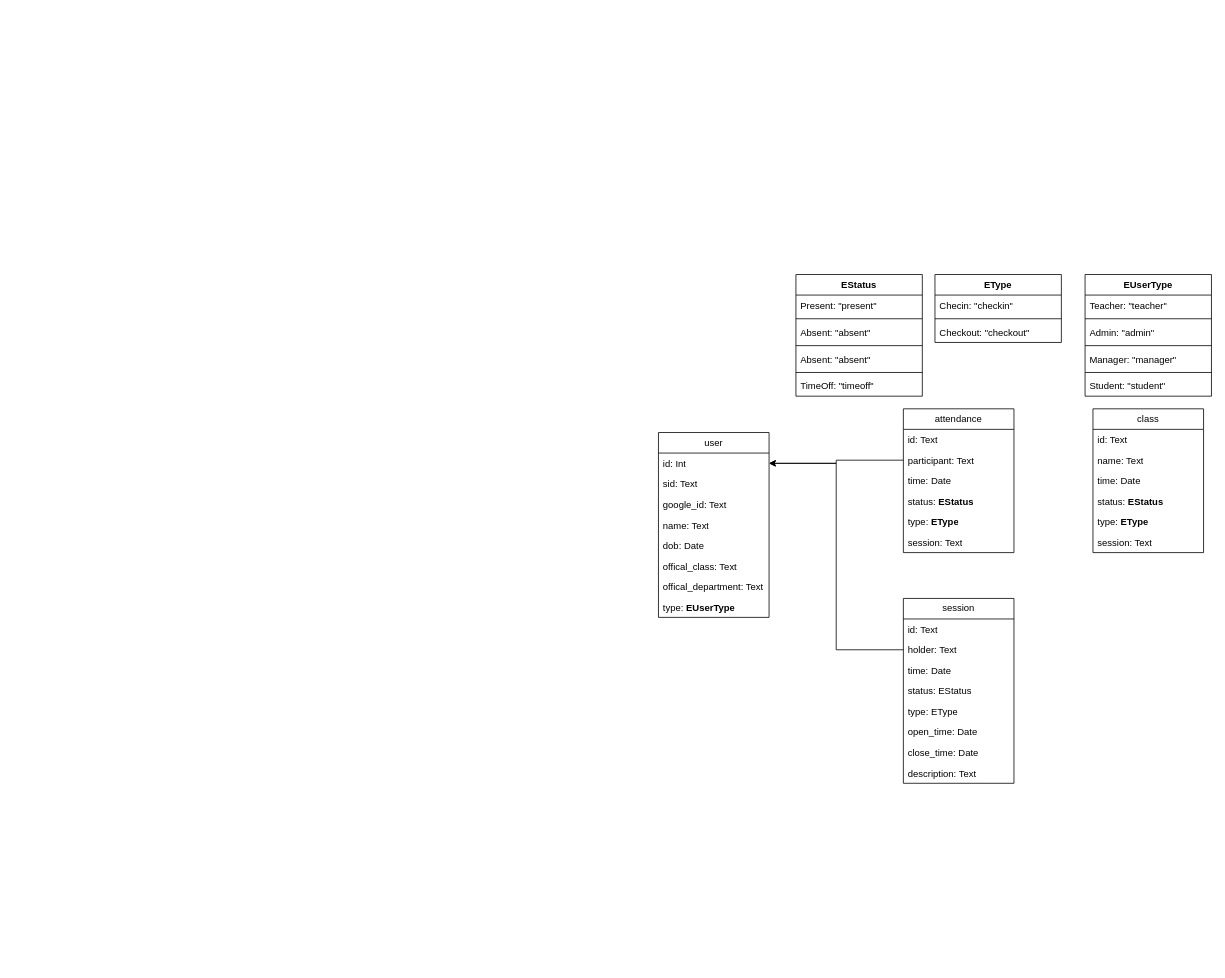
This is database.drawio from codengoo/attendance-be, a draw.io file, before an edit. Source tidied: cells renumbered, new cells numbered last; positions are measured from the earlier drawing's top-left corner, leaving out a move shared by most shapes. Both pictures are drawn from the tidied source at 79%, with x=0, y=0 at pixel (658, 274).
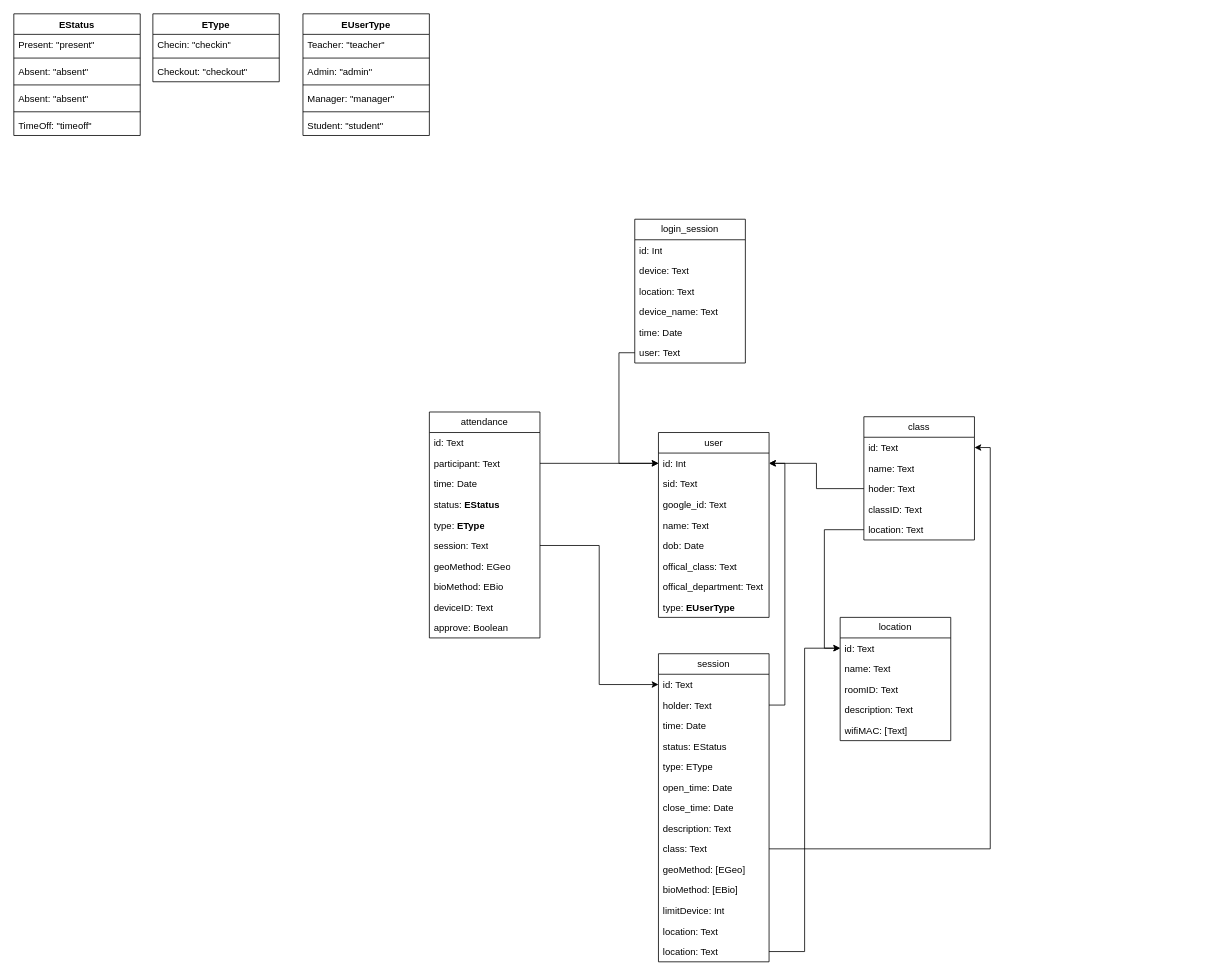
The same diagram, later.

The change refers to these unchanged cells:
```xml
<mxCell id="3" value="id: Int" style="text;strokeColor=none;fillColor=none;align=left;verticalAlign=top;spacingLeft=4;spacingRight=4;overflow=hidden;points=[[0,0.5],[1,0.5]];portConstraint=eastwest;whiteSpace=wrap;html=1;" parent="2" vertex="1">
  <mxGeometry y="26" width="140" height="26" as="geometry" />
</mxCell>
<mxCell id="13" value="participant: Text" style="text;strokeColor=none;fillColor=none;align=left;verticalAlign=top;spacingLeft=4;spacingRight=4;overflow=hidden;points=[[0,0.5],[1,0.5]];portConstraint=eastwest;whiteSpace=wrap;html=1;" parent="11" vertex="1">
  <mxGeometry y="52" width="140" height="26" as="geometry" />
</mxCell>
<mxCell id="17" value="session: Text" style="text;strokeColor=none;fillColor=none;align=left;verticalAlign=top;spacingLeft=4;spacingRight=4;overflow=hidden;points=[[0,0.5],[1,0.5]];portConstraint=eastwest;whiteSpace=wrap;html=1;" parent="11" vertex="1">
  <mxGeometry y="156" width="140" height="26" as="geometry" />
</mxCell>
<mxCell id="32" value="id: Text" style="text;strokeColor=none;fillColor=none;align=left;verticalAlign=top;spacingLeft=4;spacingRight=4;overflow=hidden;points=[[0,0.5],[1,0.5]];portConstraint=eastwest;whiteSpace=wrap;html=1;" parent="31" vertex="1">
  <mxGeometry y="26" width="140" height="26" as="geometry" />
</mxCell>
<mxCell id="33" value="holder: Text" style="text;strokeColor=none;fillColor=none;align=left;verticalAlign=top;spacingLeft=4;spacingRight=4;overflow=hidden;points=[[0,0.5],[1,0.5]];portConstraint=eastwest;whiteSpace=wrap;html=1;" parent="31" vertex="1">
  <mxGeometry y="52" width="140" height="26" as="geometry" />
</mxCell>
<mxCell id="50" value="id: Text" style="text;strokeColor=none;fillColor=none;align=left;verticalAlign=top;spacingLeft=4;spacingRight=4;overflow=hidden;points=[[0,0.5],[1,0.5]];portConstraint=eastwest;whiteSpace=wrap;html=1;" parent="49" vertex="1">
  <mxGeometry y="26" width="140" height="26" as="geometry" />
</mxCell>
```

Change to the diagram source:
```diff
@@
     <mxCell id="11" value="attendance" style="swimlane;fontStyle=0;horizontal=1;startSize=26;fillColor=none;whiteSpace=wrap;html=1;" parent="1" vertex="1">
-      <mxGeometry x="310" y="170" width="140" height="182" as="geometry" />
+      <mxGeometry x="-290" y="174" width="140" height="286" as="geometry" />
     </mxCell>
@@
+    <mxCell id="56" value="geoMethod: EGeo" style="text;strokeColor=none;fillColor=none;align=left;verticalAlign=top;spacingLeft=4;spacingRight=4;overflow=hidden;whiteSpace=wrap;html=1;" parent="11" vertex="1">
+      <mxGeometry y="182" width="140" height="26" as="geometry" />
+    </mxCell>
+    <mxCell id="57" value="bioMethod: EBio" style="text;strokeColor=none;fillColor=none;align=left;verticalAlign=top;spacingLeft=4;spacingRight=4;overflow=hidden;whiteSpace=wrap;html=1;" parent="11" vertex="1">
+      <mxGeometry y="208" width="140" height="26" as="geometry" />
+    </mxCell>
+    <mxCell id="58" value="deviceID: Text" style="text;strokeColor=none;fillColor=none;align=left;verticalAlign=top;spacingLeft=4;spacingRight=4;overflow=hidden;whiteSpace=wrap;html=1;" parent="11" vertex="1">
+      <mxGeometry y="234" width="140" height="26" as="geometry" />
+    </mxCell>
+    <mxCell id="59" value="approve: Boolean" style="text;strokeColor=none;fillColor=none;align=left;verticalAlign=top;spacingLeft=4;spacingRight=4;overflow=hidden;whiteSpace=wrap;html=1;" parent="11" vertex="1">
+      <mxGeometry y="260" width="140" height="26" as="geometry" />
+    </mxCell>
-    <mxCell id="18" style="edgeStyle=orthogonalEdgeStyle;rounded=0;jettySize=auto;html=1;entryX=1;entryY=0.5;entryDx=0;entryDy=0;" parent="1" edge="1" source="13" target="3">
+    <mxCell id="18" style="edgeStyle=orthogonalEdgeStyle;rounded=0;jettySize=auto;html=1;entryX=0;entryY=0.5;entryDx=0;entryDy=0;" parent="1" edge="1" source="13" target="3">
       <mxGeometry relative="1" as="geometry" />
     </mxCell>
     <mxCell id="19" value="EStatus" style="swimlane;fontStyle=1;align=center;verticalAlign=top;horizontal=1;startSize=26;whiteSpace=wrap;html=1;" parent="1" vertex="1">
-      <mxGeometry x="174" width="160" height="154" as="geometry" />
+      <mxGeometry x="-816" y="-330" width="160" height="154" as="geometry" />
     </mxCell>
@@
     <mxCell id="27" value="EType" style="swimlane;fontStyle=1;align=center;verticalAlign=top;horizontal=1;startSize=26;whiteSpace=wrap;html=1;" parent="1" vertex="1">
-      <mxGeometry x="350" width="160" height="86" as="geometry" />
+      <mxGeometry x="-640" y="-330" width="160" height="86" as="geometry" />
     </mxCell>
@@
     <mxCell id="31" value="session" style="swimlane;fontStyle=0;horizontal=1;startSize=26;fillColor=none;whiteSpace=wrap;html=1;" parent="1" vertex="1">
-      <mxGeometry x="310" y="410" width="140" height="234" as="geometry" />
+      <mxGeometry y="480" width="140" height="390" as="geometry" />
     </mxCell>
@@
+    <mxCell id="60" value="class: Text" style="text;strokeColor=none;fillColor=none;align=left;verticalAlign=top;spacingLeft=4;spacingRight=4;overflow=hidden;points=[[0,0.5],[1,0.5]];portConstraint=eastwest;whiteSpace=wrap;html=1;" parent="31" vertex="1">
+      <mxGeometry y="234" width="140" height="26" as="geometry" />
+    </mxCell>
+    <mxCell id="61" value="geoMethod: [EGeo]" style="text;strokeColor=none;fillColor=none;align=left;verticalAlign=top;spacingLeft=4;spacingRight=4;overflow=hidden;whiteSpace=wrap;html=1;" parent="31" vertex="1">
+      <mxGeometry y="260" width="140" height="26" as="geometry" />
+    </mxCell>
+    <mxCell id="62" value="bioMethod: [EBio]" style="text;strokeColor=none;fillColor=none;align=left;verticalAlign=top;spacingLeft=4;spacingRight=4;overflow=hidden;whiteSpace=wrap;html=1;" parent="31" vertex="1">
+      <mxGeometry y="286" width="140" height="26" as="geometry" />
+    </mxCell>
+    <mxCell id="63" value="limitDevice: Int" style="text;strokeColor=none;fillColor=none;align=left;verticalAlign=top;spacingLeft=4;spacingRight=4;overflow=hidden;whiteSpace=wrap;html=1;" parent="31" vertex="1">
+      <mxGeometry y="312" width="140" height="26" as="geometry" />
+    </mxCell>
+    <mxCell id="64" value="location: Text" style="text;strokeColor=none;fillColor=none;align=left;verticalAlign=top;spacingLeft=4;spacingRight=4;overflow=hidden;whiteSpace=wrap;html=1;" parent="31" vertex="1">
+      <mxGeometry y="338" width="140" height="26" as="geometry" />
+    </mxCell>
+    <mxCell id="65" value="location: Text" style="text;strokeColor=none;fillColor=none;align=left;verticalAlign=top;spacingLeft=4;spacingRight=4;overflow=hidden;points=[[0,0.5],[1,0.5]];portConstraint=eastwest;whiteSpace=wrap;html=1;" parent="31" vertex="1">
+      <mxGeometry y="364" width="140" height="26" as="geometry" />
+    </mxCell>
     <mxCell id="40" value="EUserType" style="swimlane;fontStyle=1;align=center;verticalAlign=top;horizontal=1;startSize=26;whiteSpace=wrap;html=1;" parent="1" vertex="1">
-      <mxGeometry x="540" width="160" height="154" as="geometry" />
+      <mxGeometry x="-450" y="-330" width="160" height="154" as="geometry" />
     </mxCell>
@@
-    <mxCell id="48" style="edgeStyle=orthogonalEdgeStyle;rounded=0;jettySize=auto;html=1;entryX=1;entryY=0.5;entryDx=0;entryDy=0;" parent="1" edge="1" source="33" target="3">
+    <mxCell id="48" style="edgeStyle=orthogonalEdgeStyle;rounded=0;jettySize=auto;html=1;entryX=1;entryY=0.5;entryDx=0;entryDy=0;exitX=1;exitY=0.5;exitDx=0;exitDy=0;" parent="1" edge="1" source="33" target="3">
       <mxGeometry relative="1" as="geometry" />
     </mxCell>
     <mxCell id="49" value="class" style="swimlane;fontStyle=0;horizontal=1;startSize=26;fillColor=none;whiteSpace=wrap;html=1;" parent="1" vertex="1">
-      <mxGeometry x="550" y="170" width="140" height="182" as="geometry" />
+      <mxGeometry x="260" y="180" width="140" height="156" as="geometry" />
     </mxCell>
@@
-    <mxCell id="52" value="time: Date" style="text;strokeColor=none;fillColor=none;align=left;verticalAlign=top;spacingLeft=4;spacingRight=4;overflow=hidden;points=[[0,0.5],[1,0.5]];portConstraint=eastwest;whiteSpace=wrap;html=1;" parent="49" vertex="1">
+    <mxCell id="52" value="hoder: Text" style="text;strokeColor=none;fillColor=none;align=left;verticalAlign=top;spacingLeft=4;spacingRight=4;overflow=hidden;points=[[0,0.5],[1,0.5]];portConstraint=eastwest;whiteSpace=wrap;html=1;" parent="49" vertex="1">
       <mxGeometry y="78" width="140" height="26" as="geometry" />
     </mxCell>
-    <mxCell id="53" value="status: &lt;b&gt;EStatus&lt;/b&gt;" style="text;strokeColor=none;fillColor=none;align=left;verticalAlign=top;spacingLeft=4;spacingRight=4;overflow=hidden;whiteSpace=wrap;html=1;" parent="49" vertex="1">
-      <mxGeometry y="104" width="140" height="26" as="geometry" />
-    </mxCell>
-    <mxCell id="54" value="type: &lt;b&gt;EType&lt;/b&gt;" style="text;strokeColor=none;fillColor=none;align=left;verticalAlign=top;spacingLeft=4;spacingRight=4;overflow=hidden;whiteSpace=wrap;html=1;" parent="49" vertex="1">
-      <mxGeometry y="130" width="140" height="26" as="geometry" />
-    </mxCell>
-    <mxCell id="55" value="session: Text" style="text;strokeColor=none;fillColor=none;align=left;verticalAlign=top;spacingLeft=4;spacingRight=4;overflow=hidden;whiteSpace=wrap;html=1;" parent="49" vertex="1">
-      <mxGeometry y="156" width="140" height="26" as="geometry" />
-    </mxCell>
+    <mxCell id="66" value="classID: Text" style="text;strokeColor=none;fillColor=none;align=left;verticalAlign=top;spacingLeft=4;spacingRight=4;overflow=hidden;whiteSpace=wrap;html=1;" parent="49" vertex="1">
+      <mxGeometry y="104" width="140" height="26" as="geometry" />
+    </mxCell>
+    <mxCell id="67" value="location: Text" style="text;strokeColor=none;fillColor=none;align=left;verticalAlign=top;spacingLeft=4;spacingRight=4;overflow=hidden;points=[[0,0.5],[1,0.5]];portConstraint=eastwest;whiteSpace=wrap;html=1;" parent="49" vertex="1">
+      <mxGeometry y="130" width="140" height="26" as="geometry" />
+    </mxCell>
+    <mxCell id="68" style="edgeStyle=orthogonalEdgeStyle;rounded=0;jettySize=auto;html=1;entryX=1;entryY=0.5;entryDx=0;entryDy=0;" parent="1" edge="1" source="52" target="3">
+      <mxGeometry relative="1" as="geometry" />
+    </mxCell>
+    <mxCell id="69" style="edgeStyle=orthogonalEdgeStyle;rounded=0;jettySize=auto;html=1;entryX=0;entryY=0.5;entryDx=0;entryDy=0;" parent="1" edge="1" source="17" target="32">
+      <mxGeometry relative="1" as="geometry" />
+    </mxCell>
+    <mxCell id="70" style="edgeStyle=orthogonalEdgeStyle;rounded=0;jettySize=auto;html=1;entryX=1;entryY=0.5;entryDx=0;entryDy=0;" parent="1" edge="1" source="60" target="50">
+      <mxGeometry relative="1" as="geometry" />
+    </mxCell>
+    <mxCell id="71" style="edgeStyle=orthogonalEdgeStyle;rounded=0;jettySize=auto;html=1;entryX=0;entryY=0.5;entryDx=0;entryDy=0;exitX=0;exitY=0.5;exitDx=0;exitDy=0;" parent="1" edge="1" source="78" target="3">
+      <mxGeometry relative="1" as="geometry" />
+    </mxCell>
+    <mxCell id="72" value="login_session" style="swimlane;fontStyle=0;horizontal=1;startSize=26;fillColor=none;whiteSpace=wrap;html=1;" parent="1" vertex="1">
+      <mxGeometry x="-30" y="-70" width="140" height="182" as="geometry" />
+    </mxCell>
+    <mxCell id="73" value="id: Int" style="text;strokeColor=none;fillColor=none;align=left;verticalAlign=top;spacingLeft=4;spacingRight=4;overflow=hidden;whiteSpace=wrap;html=1;" parent="72" vertex="1">
+      <mxGeometry y="26" width="140" height="26" as="geometry" />
+    </mxCell>
+    <mxCell id="74" value="device: Text" style="text;strokeColor=none;fillColor=none;align=left;verticalAlign=top;spacingLeft=4;spacingRight=4;overflow=hidden;whiteSpace=wrap;html=1;" parent="72" vertex="1">
+      <mxGeometry y="52" width="140" height="26" as="geometry" />
+    </mxCell>
+    <mxCell id="75" value="location: Text" style="text;strokeColor=none;fillColor=none;align=left;verticalAlign=top;spacingLeft=4;spacingRight=4;overflow=hidden;whiteSpace=wrap;html=1;" parent="72" vertex="1">
+      <mxGeometry y="78" width="140" height="26" as="geometry" />
+    </mxCell>
+    <mxCell id="76" value="device_name: Text" style="text;strokeColor=none;fillColor=none;align=left;verticalAlign=top;spacingLeft=4;spacingRight=4;overflow=hidden;whiteSpace=wrap;html=1;" parent="72" vertex="1">
+      <mxGeometry y="104" width="140" height="26" as="geometry" />
+    </mxCell>
+    <mxCell id="77" value="time: Date" style="text;strokeColor=none;fillColor=none;align=left;verticalAlign=top;spacingLeft=4;spacingRight=4;overflow=hidden;whiteSpace=wrap;html=1;" parent="72" vertex="1">
+      <mxGeometry y="130" width="140" height="26" as="geometry" />
+    </mxCell>
+    <mxCell id="78" value="user: Text" style="text;strokeColor=none;fillColor=none;align=left;verticalAlign=top;spacingLeft=4;spacingRight=4;overflow=hidden;points=[[0,0.5],[1,0.5]];portConstraint=eastwest;whiteSpace=wrap;html=1;" parent="72" vertex="1">
+      <mxGeometry y="156" width="140" height="26" as="geometry" />
+    </mxCell>
+    <mxCell id="79" value="location" style="swimlane;fontStyle=0;horizontal=1;startSize=26;fillColor=none;whiteSpace=wrap;html=1;" parent="1" vertex="1">
+      <mxGeometry x="230" y="434" width="140" height="156" as="geometry" />
+    </mxCell>
+    <mxCell id="80" value="id: Text" style="text;strokeColor=none;fillColor=none;align=left;verticalAlign=top;spacingLeft=4;spacingRight=4;overflow=hidden;points=[[0,0.5],[1,0.5]];portConstraint=eastwest;whiteSpace=wrap;html=1;" parent="79" vertex="1">
+      <mxGeometry y="26" width="140" height="26" as="geometry" />
+    </mxCell>
+    <mxCell id="81" value="name: Text" style="text;strokeColor=none;fillColor=none;align=left;verticalAlign=top;spacingLeft=4;spacingRight=4;overflow=hidden;whiteSpace=wrap;html=1;" parent="79" vertex="1">
+      <mxGeometry y="52" width="140" height="26" as="geometry" />
+    </mxCell>
+    <mxCell id="82" value="roomID: Text" style="text;strokeColor=none;fillColor=none;align=left;verticalAlign=top;spacingLeft=4;spacingRight=4;overflow=hidden;whiteSpace=wrap;html=1;" parent="79" vertex="1">
+      <mxGeometry y="78" width="140" height="26" as="geometry" />
+    </mxCell>
+    <mxCell id="83" value="description: Text" style="text;strokeColor=none;fillColor=none;align=left;verticalAlign=top;spacingLeft=4;spacingRight=4;overflow=hidden;whiteSpace=wrap;html=1;" parent="79" vertex="1">
+      <mxGeometry y="104" width="140" height="26" as="geometry" />
+    </mxCell>
+    <mxCell id="84" value="wifiMAC: [Text]" style="text;strokeColor=none;fillColor=none;align=left;verticalAlign=top;spacingLeft=4;spacingRight=4;overflow=hidden;whiteSpace=wrap;html=1;" parent="79" vertex="1">
+      <mxGeometry y="130" width="140" height="26" as="geometry" />
+    </mxCell>
+    <mxCell id="85" style="edgeStyle=orthogonalEdgeStyle;rounded=0;jettySize=auto;html=1;entryX=0;entryY=0.5;entryDx=0;entryDy=0;" parent="1" edge="1" source="67" target="80">
+      <mxGeometry relative="1" as="geometry" />
+    </mxCell>
+    <mxCell id="86" style="edgeStyle=orthogonalEdgeStyle;rounded=0;jettySize=auto;html=1;entryX=0;entryY=0.5;entryDx=0;entryDy=0;" parent="1" edge="1" source="65" target="80">
+      <mxGeometry relative="1" as="geometry" />
+    </mxCell>
```
